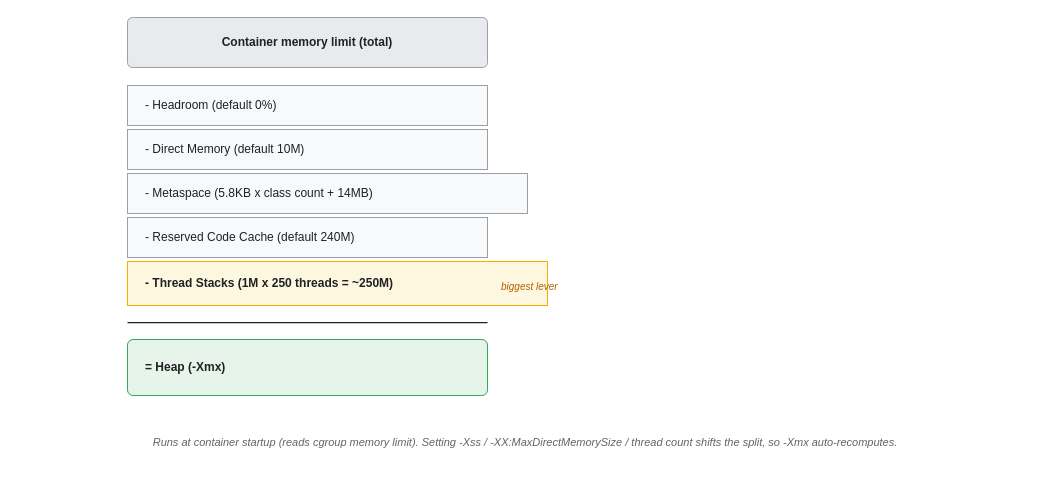
Above: assets/img/jvm/jvm-06-memory-calculator.drawio in KKamJi98/kkamji98.github.io (draw.io), before the change. Source tidied: cells renumbered, new cells numbered last; positions are measured from the earlier drawing's top-left corner, leaving out a move shared by most shapes. Both pictures are drawn from the tidied source at 100%, with x=0, y=0 at pixel (17, 17).
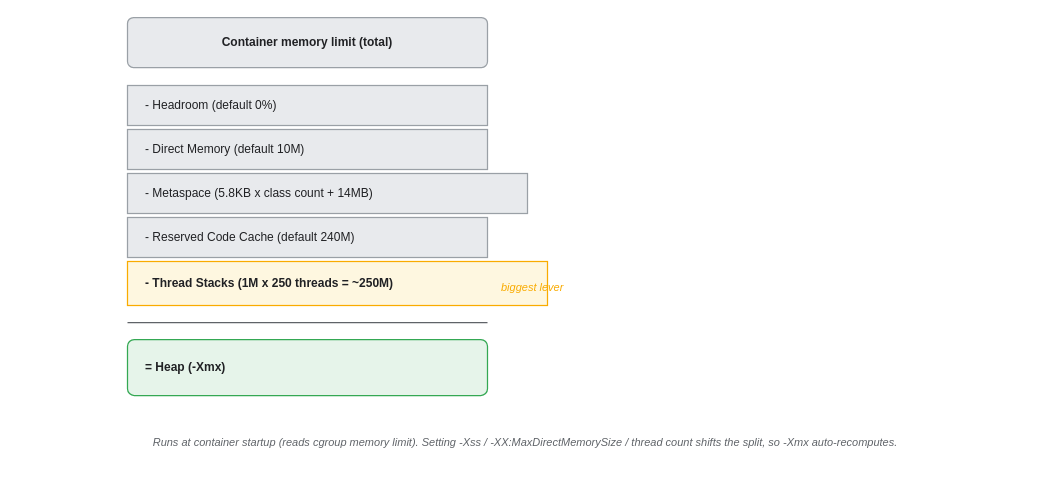
The same page after the edit.

Diff of the diagram source:
```diff
@@
 <mxGraphModel background="#FFFFFF">
   <root>
     <mxCell id="0" />
     <mxCell id="1" parent="0" />
-    <mxCell id="2" value="Container memory limit  (total)" style="rounded=1;whiteSpace=wrap;html=0;arcSize=10;shadow=0;fillColor=#E8EAED;strokeColor=#9AA0A6;fontColor=#202124;fontStyle=1;" parent="1" vertex="1">
+    <mxCell id="2" value="Container memory limit  (total)" style="rounded=1;whiteSpace=wrap;html=0;arcSize=12;shadow=0;fillColor=#E8EAED;strokeColor=#9AA0A6;fontColor=#202124;fontStyle=1;strokeWidth=1.25;" parent="1" vertex="1">
       <mxGeometry x="110" width="360" height="50" as="geometry" />
     </mxCell>
-    <mxCell id="3" value="-  Headroom  (default 0%)" style="rounded=0;whiteSpace=wrap;html=0;shadow=0;fillColor=#F8F9FA;strokeColor=#9AA0A6;fontColor=#202124;align=left;spacingLeft=16;" parent="1" vertex="1">
+    <mxCell id="3" value="-  Headroom  (default 0%)" style="rounded=0;whiteSpace=wrap;html=0;shadow=0;fillColor=#E8EAED;strokeColor=#9AA0A6;fontColor=#202124;align=left;spacingLeft=16;strokeWidth=1.25;" parent="1" vertex="1">
       <mxGeometry x="110" y="68" width="360" height="40" as="geometry" />
     </mxCell>
-    <mxCell id="4" value="-  Direct Memory  (default 10M)" style="rounded=0;whiteSpace=wrap;html=0;shadow=0;fillColor=#F8F9FA;strokeColor=#9AA0A6;fontColor=#202124;align=left;spacingLeft=16;" parent="1" vertex="1">
+    <mxCell id="4" value="-  Direct Memory  (default 10M)" style="rounded=0;whiteSpace=wrap;html=0;shadow=0;fillColor=#E8EAED;strokeColor=#9AA0A6;fontColor=#202124;align=left;spacingLeft=16;strokeWidth=1.25;" parent="1" vertex="1">
       <mxGeometry x="110" y="112" width="360" height="40" as="geometry" />
     </mxCell>
-    <mxCell id="5" value="-  Metaspace  (5.8KB x class count + 14MB)" style="rounded=0;whiteSpace=wrap;html=0;shadow=0;fillColor=#F8F9FA;strokeColor=#9AA0A6;fontColor=#202124;align=left;spacingLeft=16;" parent="1" vertex="1">
+    <mxCell id="5" value="-  Metaspace  (5.8KB x class count + 14MB)" style="rounded=0;whiteSpace=wrap;html=0;shadow=0;fillColor=#E8EAED;strokeColor=#9AA0A6;fontColor=#202124;align=left;spacingLeft=16;strokeWidth=1.25;" parent="1" vertex="1">
       <mxGeometry x="110" y="156" width="400" height="40" as="geometry" />
     </mxCell>
-    <mxCell id="6" value="-  Reserved Code Cache  (default 240M)" style="rounded=0;whiteSpace=wrap;html=0;shadow=0;fillColor=#F8F9FA;strokeColor=#9AA0A6;fontColor=#202124;align=left;spacingLeft=16;" parent="1" vertex="1">
+    <mxCell id="6" value="-  Reserved Code Cache  (default 240M)" style="rounded=0;whiteSpace=wrap;html=0;shadow=0;fillColor=#E8EAED;strokeColor=#9AA0A6;fontColor=#202124;align=left;spacingLeft=16;strokeWidth=1.25;" parent="1" vertex="1">
       <mxGeometry x="110" y="200" width="360" height="40" as="geometry" />
     </mxCell>
-    <mxCell id="7" value="-  Thread Stacks  (1M x 250 threads = ~250M)" style="rounded=0;whiteSpace=wrap;html=0;shadow=0;fillColor=#FEF7E0;strokeColor=#F9AB00;fontColor=#202124;fontStyle=1;align=left;spacingLeft=16;" parent="1" vertex="1">
+    <mxCell id="7" value="-  Thread Stacks  (1M x 250 threads = ~250M)" style="rounded=0;whiteSpace=wrap;html=0;shadow=0;fillColor=#FEF7E0;strokeColor=#F9AB00;fontColor=#202124;fontStyle=1;align=left;spacingLeft=16;strokeWidth=1.25;" parent="1" vertex="1">
       <mxGeometry x="110" y="244" width="420" height="44" as="geometry" />
     </mxCell>
-    <mxCell id="8" style="line;strokeWidth=1.25;html=0;strokeColor=#202124;" parent="1" vertex="1">
+    <mxCell id="8" style="line;strokeWidth=1.25;html=0;strokeColor=#5F6368;fontColor=#202124;" parent="1" vertex="1">
       <mxGeometry x="110" y="300" width="360" height="10" as="geometry" />
     </mxCell>
-    <mxCell id="9" value="=  Heap  (-Xmx)" style="rounded=1;whiteSpace=wrap;html=0;arcSize=10;shadow=0;fillColor=#E6F4EA;strokeColor=#34A853;fontColor=#202124;fontStyle=1;align=left;spacingLeft=16;" parent="1" vertex="1">
+    <mxCell id="9" value="=  Heap  (-Xmx)" style="rounded=1;whiteSpace=wrap;html=0;arcSize=12;shadow=0;fillColor=#E6F4EA;strokeColor=#34A853;fontColor=#202124;fontStyle=1;align=left;spacingLeft=16;strokeWidth=1.25;" parent="1" vertex="1">
       <mxGeometry x="110" y="322" width="360" height="56" as="geometry" />
     </mxCell>
-    <mxCell id="10" value="biggest lever" style="text;html=0;align=left;verticalAlign=middle;fontSize=10;fontColor=#B06000;fontStyle=2;" parent="1" vertex="1">
+    <mxCell id="10" value="biggest lever" style="text;html=0;align=left;verticalAlign=middle;fontSize=11;fontColor=#F9AB00;fontStyle=2;" parent="1" vertex="1">
       <mxGeometry x="482" y="254" width="120" height="30" as="geometry" />
     </mxCell>
     <mxCell id="11" value="Runs at container startup (reads cgroup memory limit). Setting -Xss / -XX:MaxDirectMemorySize / thread count shifts the split, so -Xmx auto-recomputes." style="text;html=0;align=center;verticalAlign=middle;whiteSpace=wrap;fontSize=11;fontColor=#5F6368;fontStyle=2;" parent="1" vertex="1">
       <mxGeometry y="400" width="1016" height="50" as="geometry" />
     </mxCell>
   </root>
 </mxGraphModel>
```
